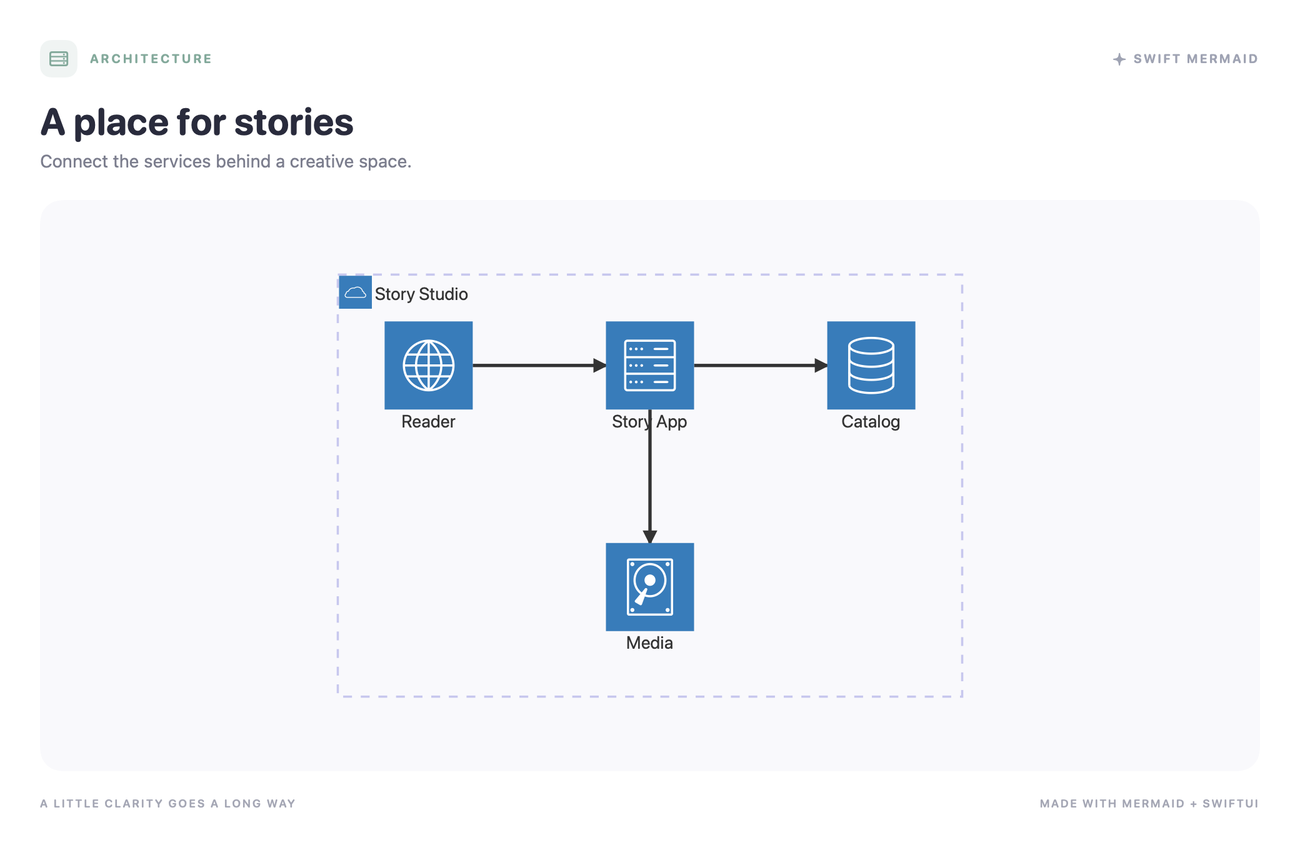
ThorFuchs/Swift-Mermaid keeps this Mermaid diagram as Documentation/Images/Gallery/architecture.png. Above is the earlier version. Its source is kept beside it as Examples/MermaidGallery/Sources/GalleryContent/Diagrams/architecture.mmd. Its diagram source:
```mermaid
architecture-beta
    group studio(cloud)[Story Studio]
    service reader(internet)[Reader] in studio
    service app(server)[Story App] in studio
    service catalog(database)[Catalog] in studio
    service media(disk)[Media] in studio
    reader:R --> L:app
    app:R --> L:catalog
    app:B --> T:media
```
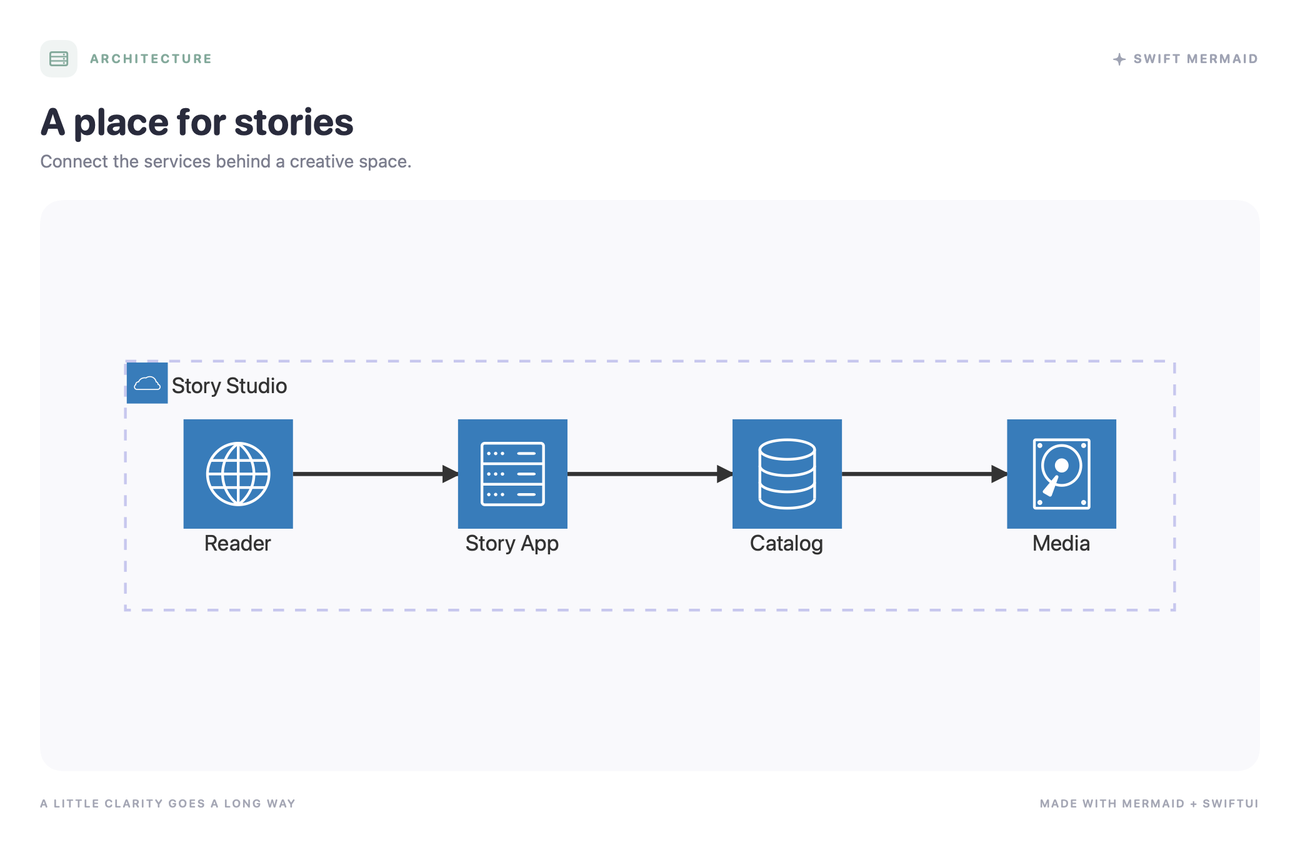
Later version of the same file.

Diff of the diagram source:
```diff
@@ -6,4 +6,4 @@
     service media(disk)[Media] in studio
     reader:R --> L:app
     app:R --> L:catalog
-    app:B --> T:media
+    catalog:R --> L:media
```
